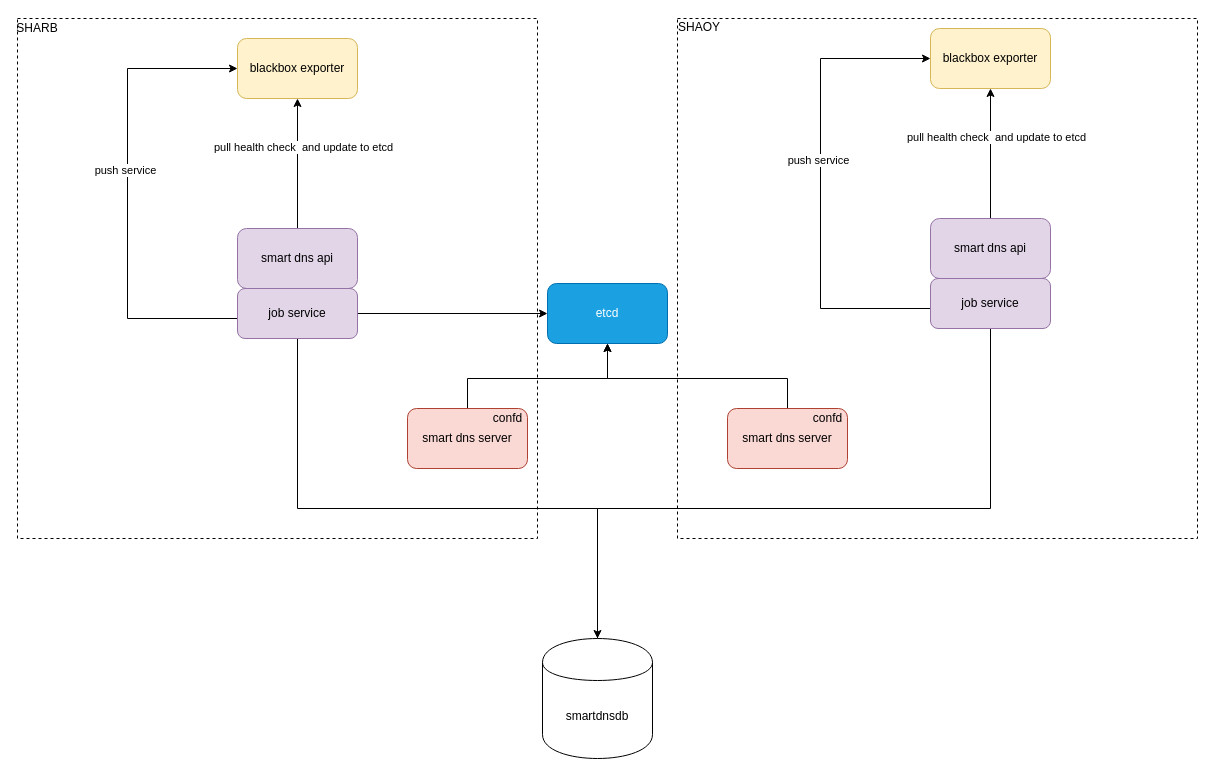
Before: page "smart dns framework new" (2 of 2) of Untitled Diagram.drawio in CtripOPS/acos-client, a draw.io diagram. Source tidied: cells renumbered, new cells numbered last; positions are measured from the earlier drawing's top-left corner, leaving out a move shared by most shapes. Both pictures are drawn from the tidied source at 100%, with x=0, y=0 at pixel (17, 17).
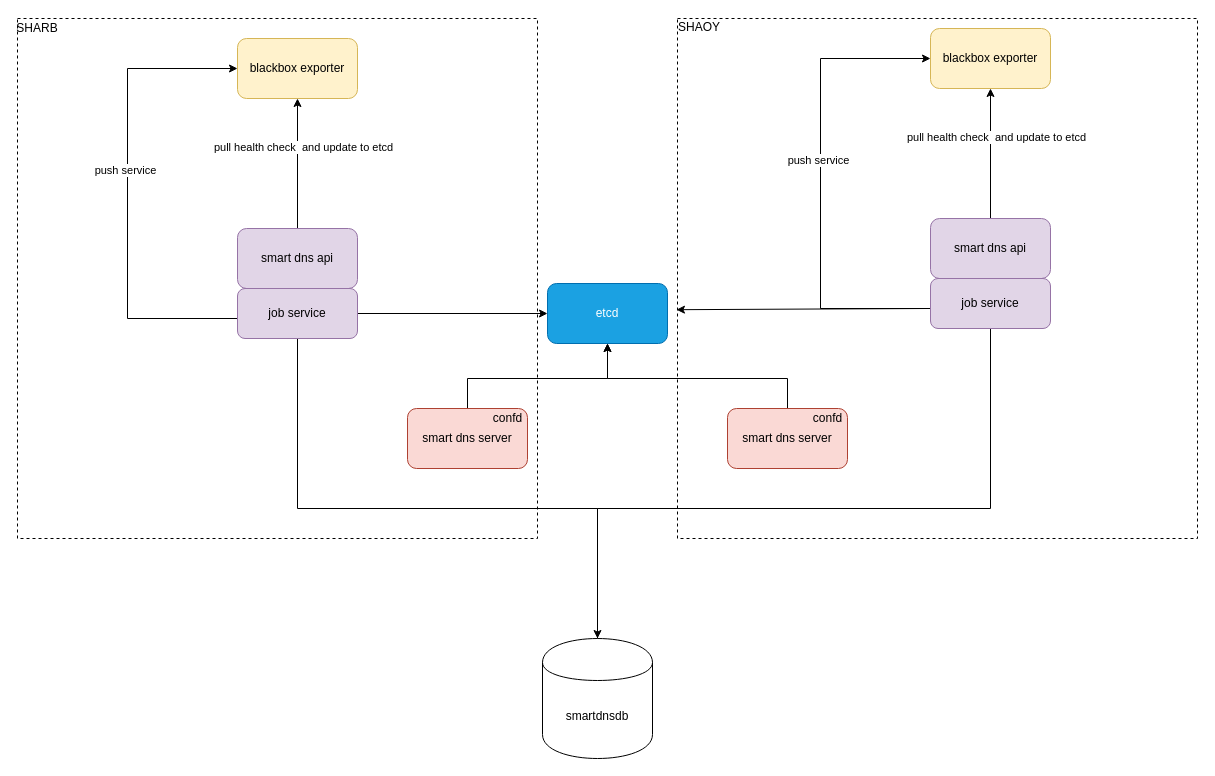
The same diagram, later.

The change refers to these unchanged cells:
```xml
<mxCell id="3" style="whiteSpace=wrap;html=1;dashed=1;shadow=0;fillColor=none;" parent="1" vertex="1">
  <mxGeometry x="660" y="1" width="520" height="520" as="geometry" />
</mxCell>
```

Change to the diagram source:
```diff
@@
+    <mxCell id="31" style="endArrow=classic;html=1;entryX=-0.002;entryY=0.56;entryDx=0;entryDy=0;entryPerimeter=0;" parent="1" edge="1" target="3">
+      <mxGeometry relative="1" as="geometry">
+        <mxPoint x="910" y="291" as="sourcePoint" />
+      </mxGeometry>
+    </mxCell>
```
